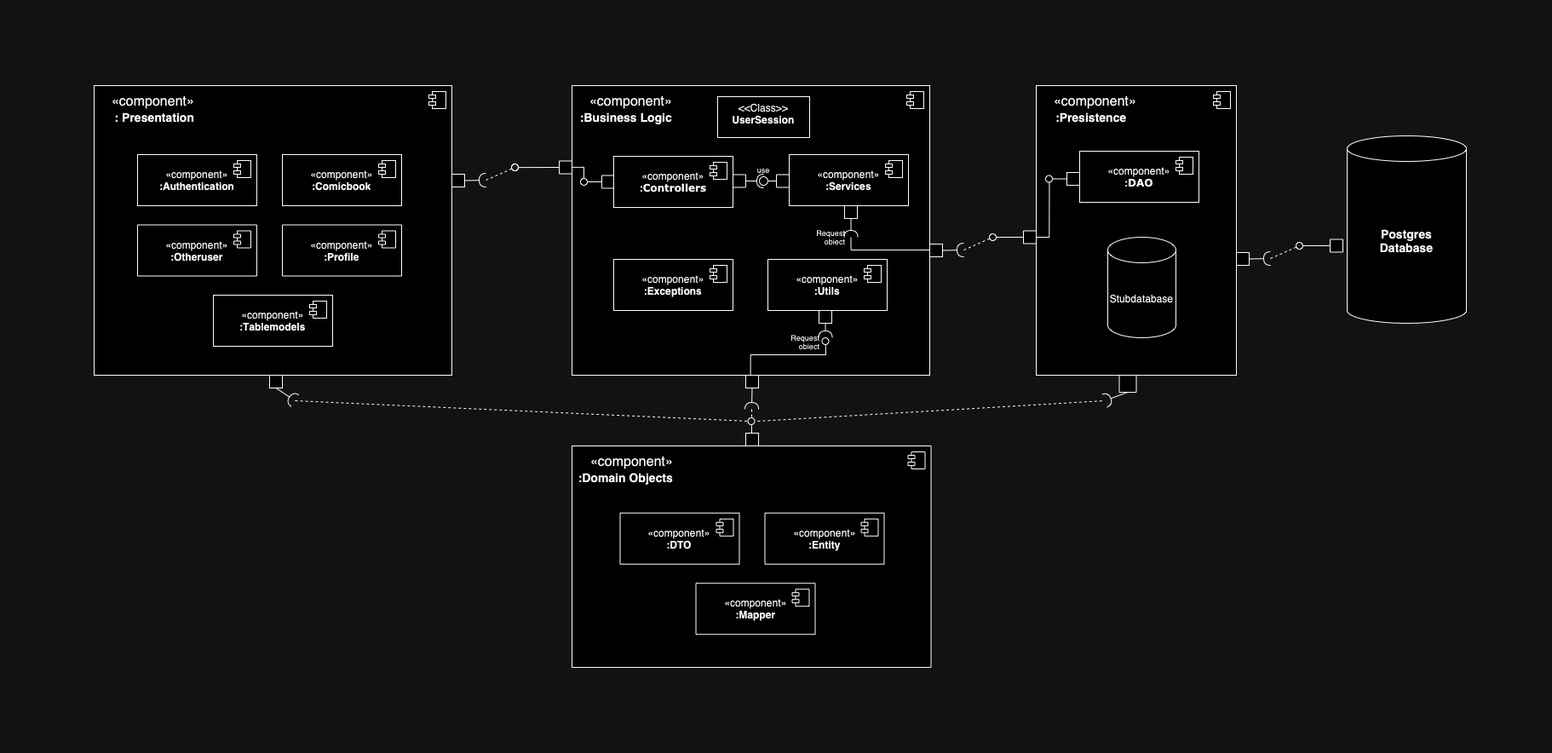
Above: design_documents/diagrams/architectural-diagram-v2_dark.png in Hashir-Jamil/LongBox (draw.io), before the change. Source tidied: cells renumbered, new cells last; positions are measured from the earlier drawing's top-left corner, leaving out a move shared by most shapes.
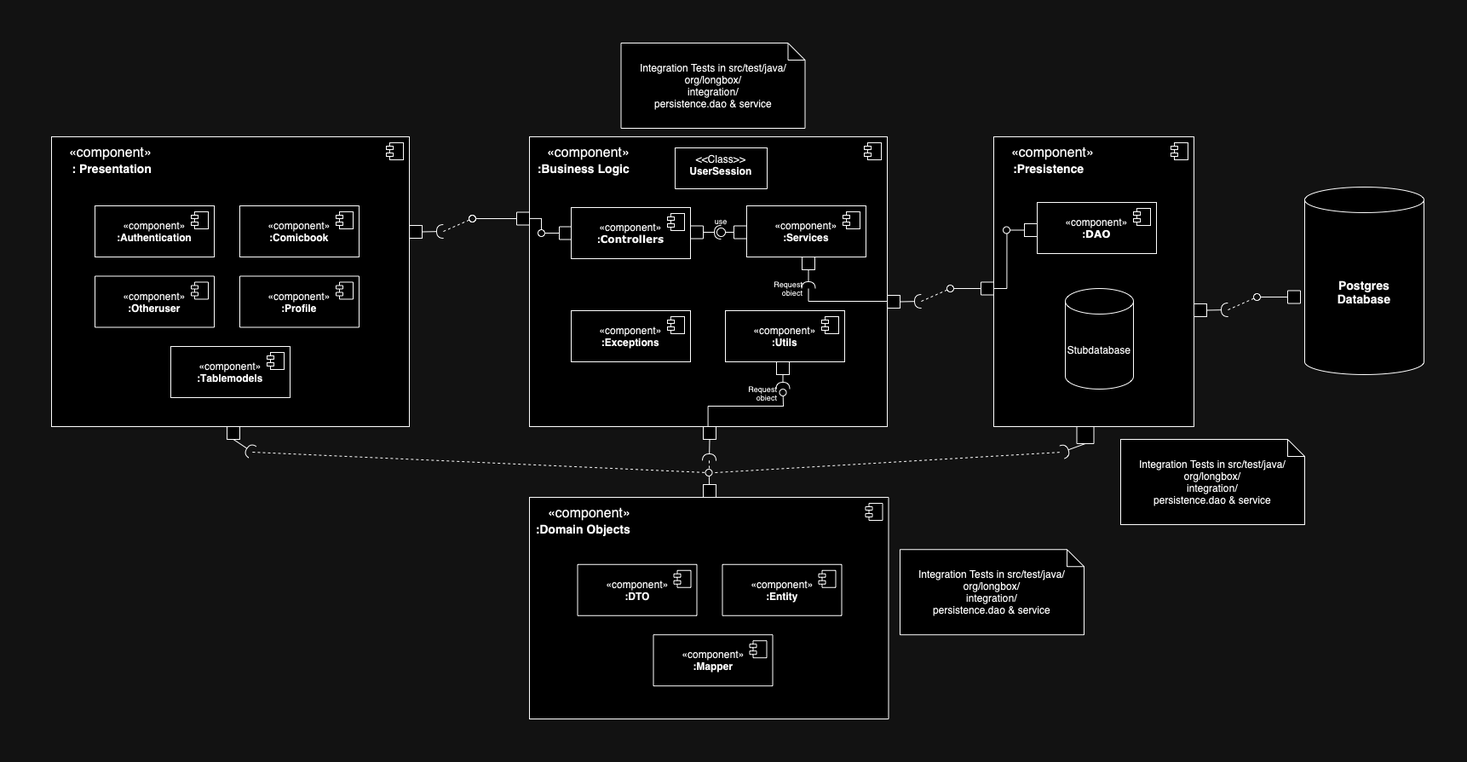
The same file after the commit.

Change to the diagram source:
```diff
@@ -370,5 +370,14 @@
         <mxPoint x="1186" y="370" as="targetPoint" />
       </mxGeometry>
     </mxCell>
+    <mxCell id="95" value="Integration Tests in src/test/java/&lt;div&gt;org/longbox/&lt;/div&gt;&lt;div&gt;integration/&lt;/div&gt;&lt;div&gt;persistence.dao &amp;amp;&amp;nbsp;service&lt;/div&gt;" style="shape=note;size=20;whiteSpace=wrap;html=1;" parent="1" vertex="1">
+      <mxGeometry x="668.5" y="-110" width="216" height="100" as="geometry" />
+    </mxCell>
+    <mxCell id="96" value="Integration Tests in src/test/java/&lt;div&gt;org/longbox/&lt;/div&gt;&lt;div&gt;integration/&lt;/div&gt;&lt;div&gt;persistence.dao &amp;amp;&amp;nbsp;service&lt;/div&gt;" style="shape=note;size=20;whiteSpace=wrap;html=1;" parent="1" vertex="1">
+      <mxGeometry x="996" y="484.2" width="216" height="100" as="geometry" />
+    </mxCell>
+    <mxCell id="97" value="Integration Tests in src/test/java/&lt;div&gt;org/longbox/&lt;/div&gt;&lt;div&gt;integration/&lt;/div&gt;&lt;div&gt;persistence.dao &amp;amp;&amp;nbsp;service&lt;/div&gt;" style="shape=note;size=20;whiteSpace=wrap;html=1;" parent="1" vertex="1">
+      <mxGeometry x="1255" y="355" width="216" height="100" as="geometry" />
+    </mxCell>
   </root>
 </mxGraphModel>
```
